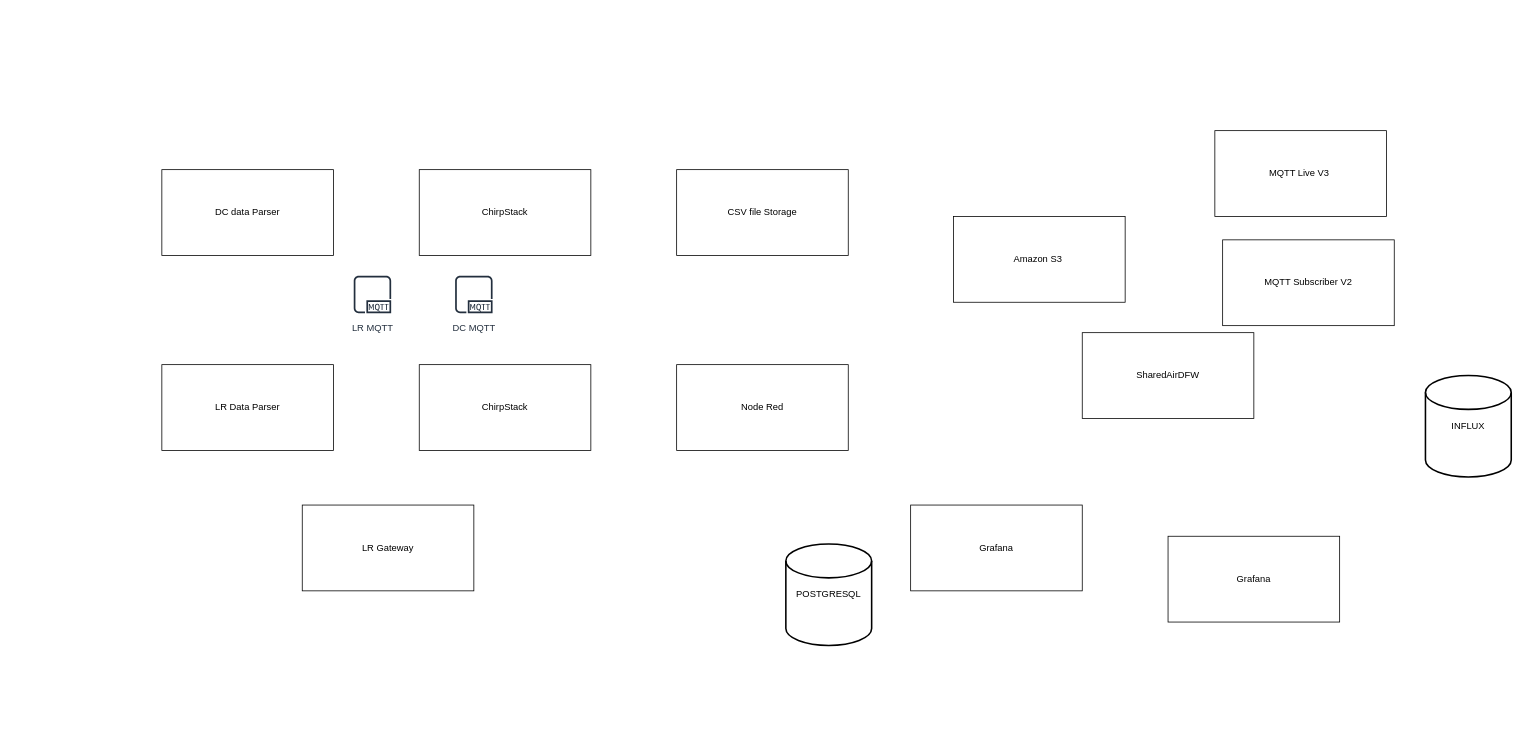
mi3nts/mintsSystemDesign keeps this draw.io diagram as mintsSystemDesign.drawio. Above is the earlier version. Source tidied: cells renumbered, new cells numbered last; positions are measured from the earlier drawing's top-left corner, leaving out a move shared by most shapes. Both pictures are drawn from the tidied source at 78%, with x=0, y=0 at pixel (161, 130).
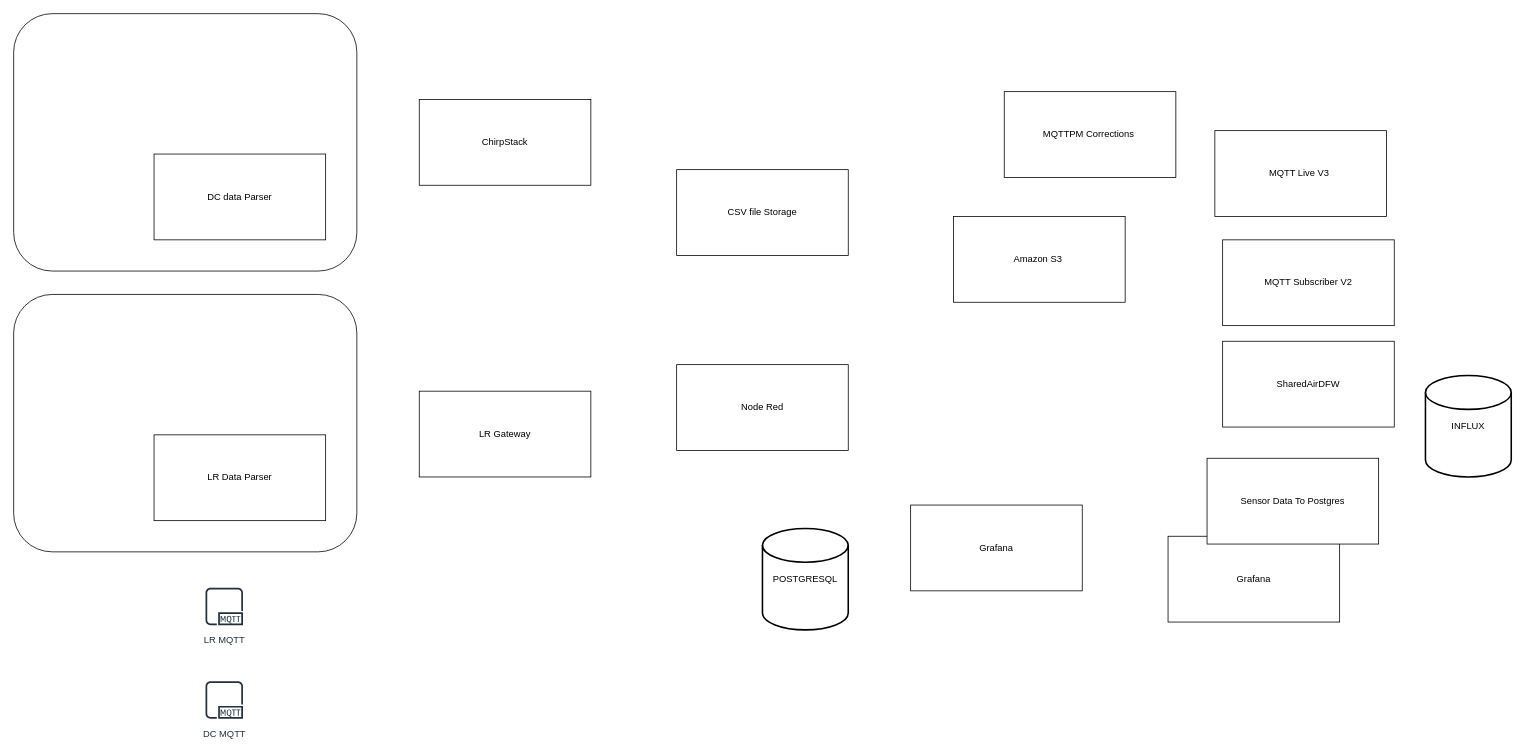
The same page after the edit.

Change to the diagram source:
```diff
@@
+    <mxCell id="19" style="rounded=1;whiteSpace=wrap;html=1;" parent="1" vertex="1">
+      <mxGeometry x="-190" y="210" width="440" height="330" as="geometry" />
+    </mxCell>
+    <mxCell id="20" style="rounded=1;whiteSpace=wrap;html=1;" parent="1" vertex="1">
+      <mxGeometry x="-190" y="-150" width="440" height="330" as="geometry" />
+    </mxCell>
     <mxCell id="2" value="DC data Parser" style="rounded=0;whiteSpace=wrap;html=1;" parent="1" vertex="1">
-      <mxGeometry y="50" width="220" height="110" as="geometry" />
+      <mxGeometry x="-10" y="30" width="220" height="110" as="geometry" />
     </mxCell>
     <mxCell id="3" value="LR Data Parser" style="rounded=0;whiteSpace=wrap;html=1;" parent="1" vertex="1">
-      <mxGeometry y="300" width="220" height="110" as="geometry" />
+      <mxGeometry x="-10" y="390" width="220" height="110" as="geometry" />
     </mxCell>
-    <mxCell id="4" value="ChirpStack" style="rounded=0;whiteSpace=wrap;html=1;" parent="1" vertex="1">
-      <mxGeometry x="330" y="300" width="220" height="110" as="geometry" />
-    </mxCell>
     <mxCell id="5" value="ChirpStack" style="rounded=0;whiteSpace=wrap;html=1;" parent="1" vertex="1">
-      <mxGeometry x="330" y="50" width="220" height="110" as="geometry" />
+      <mxGeometry x="330" y="-40" width="220" height="110" as="geometry" />
     </mxCell>
@@
     <mxCell id="8" value="LR Gateway" style="rounded=0;whiteSpace=wrap;html=1;" parent="1" vertex="1">
-      <mxGeometry x="180" y="480" width="220" height="110" as="geometry" />
+      <mxGeometry x="330" y="334" width="220" height="110" as="geometry" />
     </mxCell>
@@
     <mxCell id="10" value="SharedAirDFW" style="rounded=0;whiteSpace=wrap;html=1;" parent="1" vertex="1">
-      <mxGeometry x="1180" y="259" width="220" height="110" as="geometry" />
+      <mxGeometry x="1360" y="270" width="220" height="110" as="geometry" />
     </mxCell>
@@
     <mxCell id="14" value="POSTGRESQL" style="strokeWidth=2;html=1;shape=mxgraph.flowchart.database;whiteSpace=wrap;" parent="1" vertex="1">
-      <mxGeometry x="800" y="530" width="110" height="130" as="geometry" />
+      <mxGeometry x="770" y="510" width="110" height="130" as="geometry" />
     </mxCell>
@@
     <mxCell id="16" value="LR MQTT" style="sketch=0;fontColor=#232F3E;gradientColor=none;strokeColor=#232F3E;fillColor=#ffffff;dashed=0;verticalLabelPosition=bottom;verticalAlign=top;align=center;html=1;fontSize=12;fontStyle=0;shape=mxgraph.aws4.resourceIcon;resIcon=mxgraph.aws4.mqtt_protocol;" parent="1" vertex="1">
-      <mxGeometry x="240" y="180" width="60" height="60" as="geometry" />
+      <mxGeometry x="50" y="580" width="60" height="60" as="geometry" />
     </mxCell>
     <mxCell id="17" value="DC MQTT" style="sketch=0;fontColor=#232F3E;gradientColor=none;strokeColor=#232F3E;fillColor=#ffffff;dashed=0;verticalLabelPosition=bottom;verticalAlign=top;align=center;html=1;fontSize=12;fontStyle=0;shape=mxgraph.aws4.resourceIcon;resIcon=mxgraph.aws4.mqtt_protocol;" parent="1" vertex="1">
-      <mxGeometry x="370" y="180" width="60" height="60" as="geometry" />
+      <mxGeometry x="50" y="700" width="60" height="60" as="geometry" />
     </mxCell>
@@
+    <mxCell id="21" value="MQTTPM Corrections&amp;nbsp;" style="rounded=0;whiteSpace=wrap;html=1;" parent="1" vertex="1">
+      <mxGeometry x="1080" y="-50" width="220" height="110" as="geometry" />
+    </mxCell>
+    <mxCell id="22" value="Sensor Data To Postgres" style="rounded=0;whiteSpace=wrap;html=1;" parent="1" vertex="1">
+      <mxGeometry x="1340" y="420" width="220" height="110" as="geometry" />
+    </mxCell>
```
